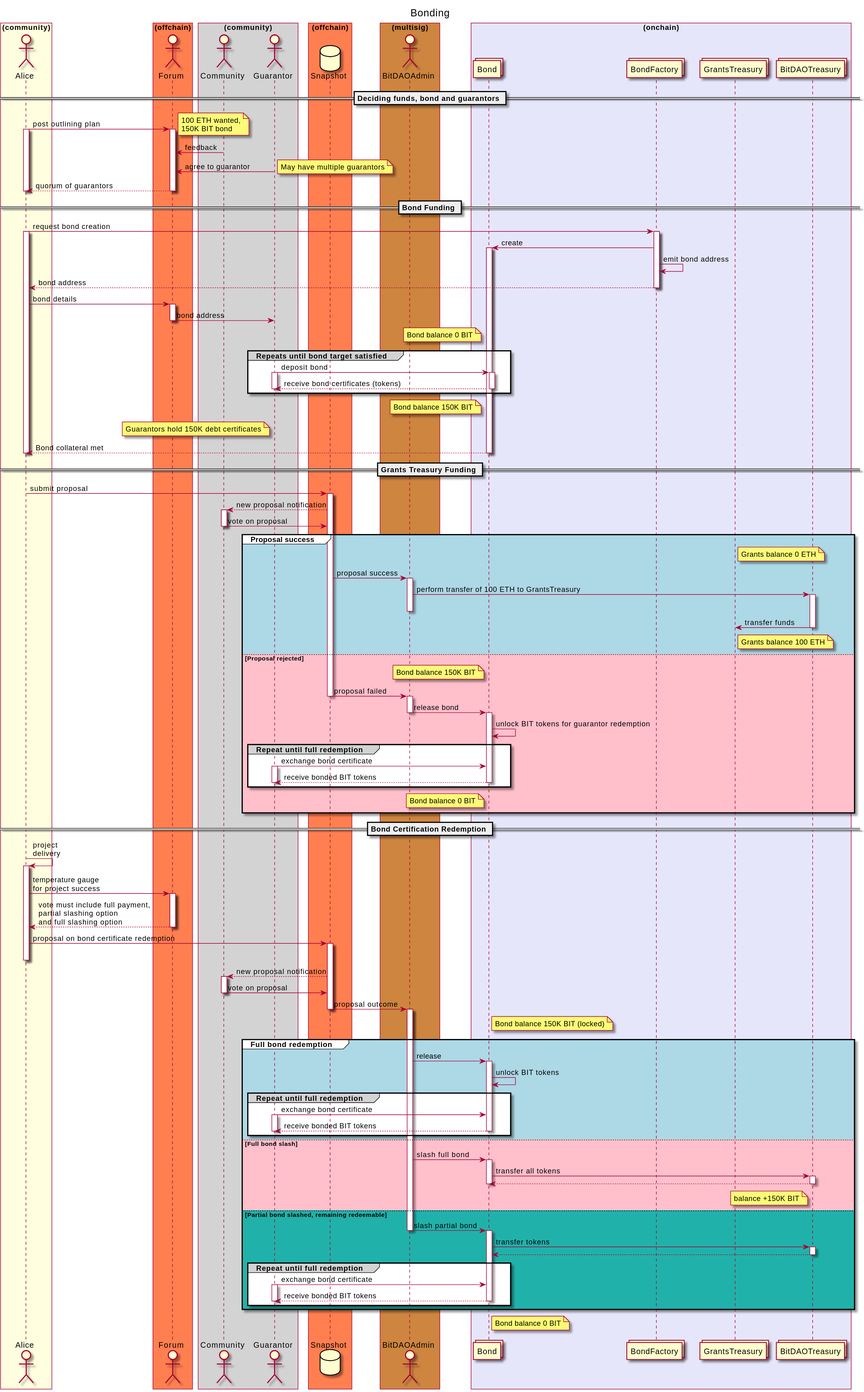
windranger-io/windranger-treasury keeps this PlantUML diagram as docs/specs/images/bonding-0.svg. Above is the earlier version.
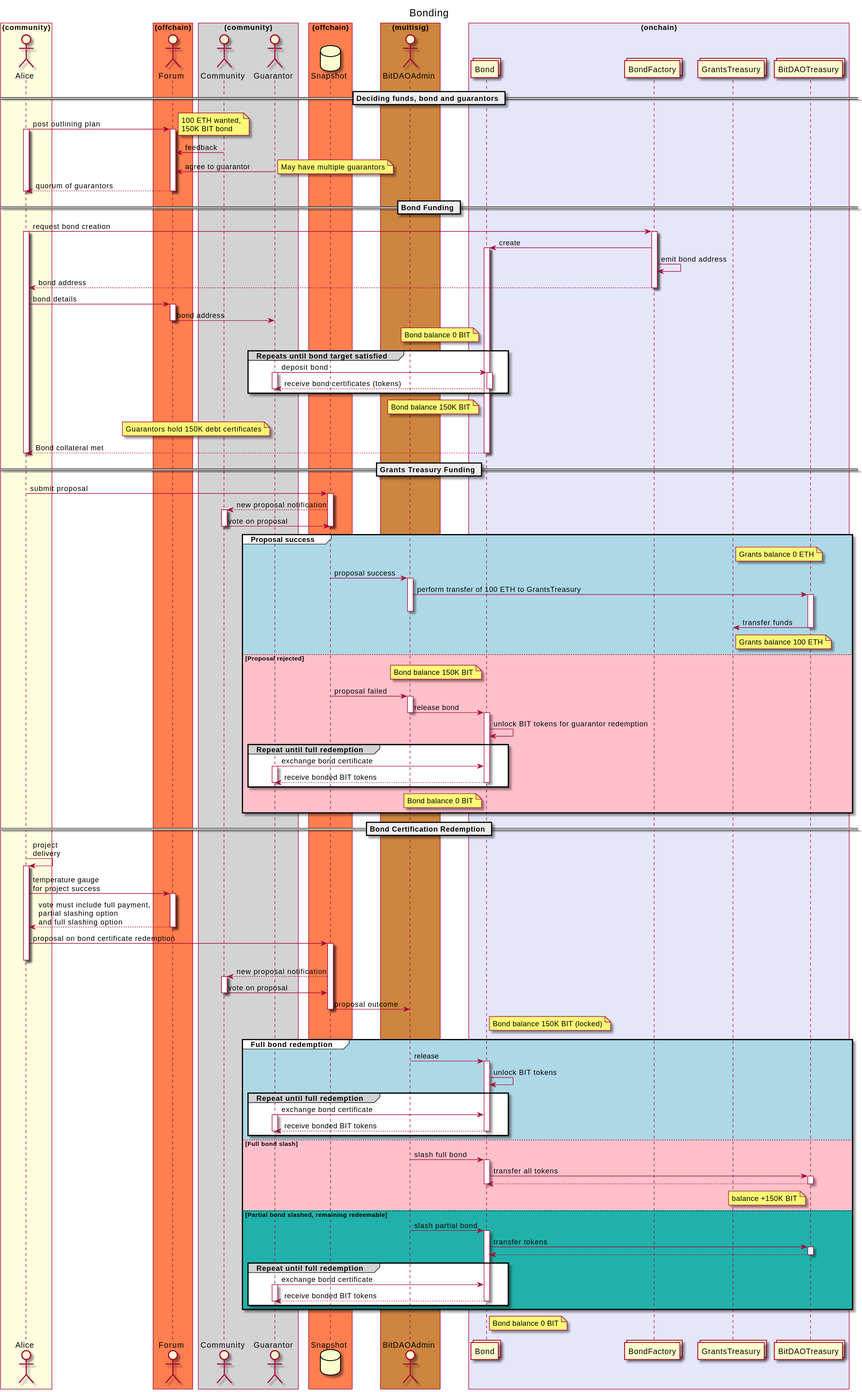
The same file after the commit.

Diff of the diagram source:
```diff
@@ -84,11 +84,11 @@
 activate community
 community -> snapshot           : vote on proposal
 deactivate community
+deactivate snapshot
 
 group#white #LightBlue Proposal success
 
     note right of grantstreasury    : Grants balance 0 ETH
-
     snapshot -> bitdaoadmin         : proposal success
     activate bitdaoadmin
     bitdaoadmin -> bitdaotreasury   : perform transfer of 100 ETH to GrantsTreasury
@@ -104,7 +104,6 @@
     note left of bond               : Bond balance 150K BIT
 
     snapshot -> bitdaoadmin         : proposal failed
-    deactivate snapshot
     activate bitdaoadmin
     bitdaoadmin -> bond             : release bond
     deactivate bitdaoadmin
@@ -139,7 +138,6 @@
 deactivate community
 snapshot -> bitdaoadmin         : proposal outcome
 deactivate snapshot
-activate bitdaoadmin
 
 note right of bond              : Bond balance 150K BIT (locked)
 
@@ -169,7 +167,6 @@
 
 else #lightseagreen Partial bond slashed, remaining redeemable
     bitdaoadmin->bond           : slash partial bond
-    deactivate bitdaoadmin
     activate bond
     bond->bitdaotreasury        : transfer tokens
     activate bitdaotreasury
```
